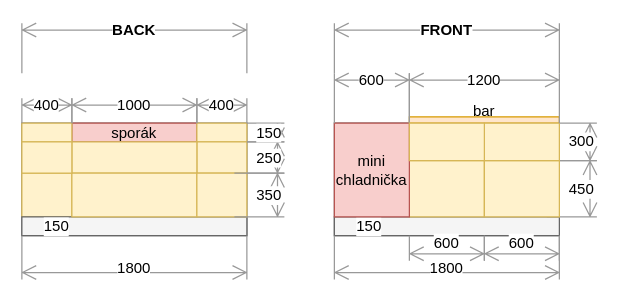
surquest/flat-renovation keeps this draw.io diagram as page "Page-1" (1 of 2) of docs/src/static/drawings/kitchen.island.drawio. Above is the earlier version. Source tidied: cells renumbered, new cells numbered last; positions are measured from the earlier drawing's top-left corner, leaving out a move shared by most shapes. Both pictures are drawn from the tidied source at 125%, with x=0, y=0 at pixel (21, 22).
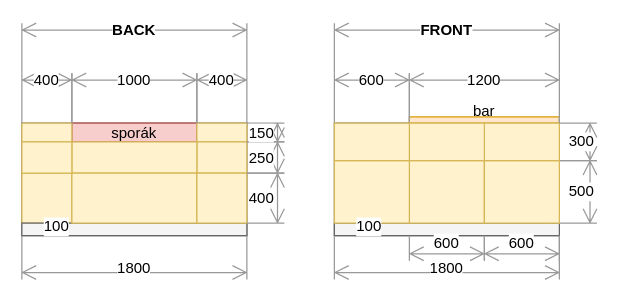
The same page after the edit.

Diff of the diagram source:
```diff
@@
     <mxCell id="6" style="rounded=0;whiteSpace=wrap;html=1;fillColor=#fff2cc;strokeColor=#d6b656;" parent="1" vertex="1">
-      <mxGeometry y="120" width="40" height="35" as="geometry" />
+      <mxGeometry y="120" width="40" height="40" as="geometry" />
     </mxCell>
     <mxCell id="7" style="rounded=0;whiteSpace=wrap;html=1;strokeColor=#666666;fillColor=#f5f5f5;fontColor=#333333;" parent="1" vertex="1">
-      <mxGeometry y="155" width="180" height="15" as="geometry" />
+      <mxGeometry y="160" width="180" height="10" as="geometry" />
     </mxCell>
@@
     <mxCell id="9" style="rounded=0;whiteSpace=wrap;html=1;fillColor=#fff2cc;strokeColor=#d6b656;" parent="1" vertex="1">
-      <mxGeometry x="40" y="120" width="100" height="35" as="geometry" />
+      <mxGeometry x="40" y="120" width="100" height="40" as="geometry" />
     </mxCell>
@@
     <mxCell id="12" style="rounded=0;whiteSpace=wrap;html=1;fillColor=#fff2cc;strokeColor=#d6b656;" parent="1" vertex="1">
-      <mxGeometry x="140" y="120" width="40" height="35" as="geometry" />
+      <mxGeometry x="140" y="120" width="40" height="40" as="geometry" />
     </mxCell>
@@
-    <mxCell id="14" value="150" style="shape=dimension;direction=south;whiteSpace=wrap;html=1;align=right;verticalAlign=middle;labelBackgroundColor=#ffffff;strokeColor=none;" parent="1" vertex="1">
+    <mxCell id="14" value="100" style="shape=dimension;direction=south;whiteSpace=wrap;html=1;align=right;verticalAlign=middle;labelBackgroundColor=#ffffff;strokeColor=none;" parent="1" vertex="1">
       <mxGeometry y="155" width="40" height="15" as="geometry" />
     </mxCell>
     <mxCell id="15" value="400" style="shape=dimension;direction=west;whiteSpace=wrap;html=1;align=center;verticalAlign=top;spacingTop=-8;labelBackgroundColor=#ffffff;strokeColor=#999999;" parent="1" vertex="1">
-      <mxGeometry x="140" y="60" width="40" height="20" as="geometry" />
+      <mxGeometry x="140" y="40" width="40" height="40" as="geometry" />
     </mxCell>
     <mxCell id="16" value="400" style="shape=dimension;direction=west;whiteSpace=wrap;html=1;align=center;verticalAlign=top;spacingTop=-8;labelBackgroundColor=#ffffff;strokeColor=#999999;" parent="1" vertex="1">
-      <mxGeometry y="60" width="40" height="20" as="geometry" />
+      <mxGeometry y="40" width="40" height="40" as="geometry" />
     </mxCell>
     <mxCell id="17" value="1000" style="shape=dimension;direction=west;whiteSpace=wrap;html=1;align=center;verticalAlign=top;spacingTop=-8;labelBackgroundColor=#ffffff;strokeColor=#999999;" parent="1" vertex="1">
-      <mxGeometry x="40" y="60" width="100" height="20" as="geometry" />
+      <mxGeometry x="40" y="40" width="100" height="40" as="geometry" />
     </mxCell>
-    <mxCell id="18" value="350" style="shape=dimension;direction=north;whiteSpace=wrap;html=1;align=right;verticalAlign=middle;labelBackgroundColor=#ffffff;strokeColor=#999999;" parent="1" vertex="1">
-      <mxGeometry x="170" y="120" width="40" height="35" as="geometry" />
+    <mxCell id="18" value="400" style="shape=dimension;direction=north;whiteSpace=wrap;html=1;align=left;verticalAlign=middle;labelBackgroundColor=#ffffff;strokeColor=#999999;" parent="1" vertex="1">
+      <mxGeometry x="180" y="120" width="30" height="40" as="geometry" />
     </mxCell>
-    <mxCell id="19" value="250" style="shape=dimension;direction=north;whiteSpace=wrap;html=1;align=right;verticalAlign=middle;labelBackgroundColor=#ffffff;strokeColor=#999999;" parent="1" vertex="1">
+    <mxCell id="19" value="250" style="shape=dimension;direction=north;whiteSpace=wrap;html=1;align=left;verticalAlign=middle;labelBackgroundColor=#ffffff;strokeColor=#999999;" parent="1" vertex="1">
       <mxGeometry x="180" y="95" width="30" height="25" as="geometry" />
     </mxCell>
-    <mxCell id="20" value="150" style="shape=dimension;direction=north;whiteSpace=wrap;html=1;align=right;verticalAlign=middle;labelBackgroundColor=#ffffff;strokeColor=#999999;" parent="1" vertex="1">
+    <mxCell id="20" value="150" style="shape=dimension;direction=north;whiteSpace=wrap;html=1;align=left;verticalAlign=middle;labelBackgroundColor=#ffffff;strokeColor=#999999;" parent="1" vertex="1">
       <mxGeometry x="180" y="80" width="30" height="15" as="geometry" />
     </mxCell>
@@
     <mxCell id="23" style="rounded=0;whiteSpace=wrap;html=1;strokeColor=#666666;fillColor=#f5f5f5;fontColor=#333333;" parent="1" vertex="1">
-      <mxGeometry x="250" y="155" width="180" height="15" as="geometry" />
+      <mxGeometry x="250" y="160" width="180" height="10" as="geometry" />
     </mxCell>
@@
-    <mxCell id="25" value="150" style="shape=dimension;direction=south;whiteSpace=wrap;html=1;align=right;verticalAlign=middle;labelBackgroundColor=#ffffff;strokeColor=none;" parent="1" vertex="1">
-      <mxGeometry x="250" y="155" width="40" height="15" as="geometry" />
-    </mxCell>
@@
-    <mxCell id="27" value="450" style="shape=dimension;direction=north;whiteSpace=wrap;html=1;align=right;verticalAlign=middle;labelBackgroundColor=#ffffff;strokeColor=#999999;" parent="1" vertex="1">
-      <mxGeometry x="420" y="110" width="40" height="45" as="geometry" />
+    <mxCell id="27" value="500" style="shape=dimension;direction=north;whiteSpace=wrap;html=1;align=right;verticalAlign=middle;labelBackgroundColor=#ffffff;strokeColor=#999999;" parent="1" vertex="1">
+      <mxGeometry x="420" y="110" width="40" height="50" as="geometry" />
     </mxCell>
@@
     <mxCell id="30" style="rounded=0;whiteSpace=wrap;html=1;fillColor=#fff2cc;strokeColor=#d6b656;" parent="1" vertex="1">
-      <mxGeometry x="310" y="110" width="60" height="45" as="geometry" />
+      <mxGeometry x="310" y="110" width="60" height="50" as="geometry" />
     </mxCell>
@@
     <mxCell id="32" style="rounded=0;whiteSpace=wrap;html=1;fillColor=#fff2cc;strokeColor=#d6b656;" parent="1" vertex="1">
-      <mxGeometry x="370" y="110" width="60" height="45" as="geometry" />
+      <mxGeometry x="370" y="110" width="60" height="50" as="geometry" />
     </mxCell>
@@
-    <mxCell id="34" value="mini&lt;br&gt;chladnička" style="rounded=0;whiteSpace=wrap;html=1;fillColor=#f8cecc;strokeColor=#b85450;" parent="1" vertex="1">
-      <mxGeometry x="250" y="80" width="60" height="75" as="geometry" />
-    </mxCell>
@@
+    <mxCell id="39" style="rounded=0;whiteSpace=wrap;html=1;fillColor=#fff2cc;strokeColor=#d6b656;" parent="1" vertex="1">
+      <mxGeometry x="250" y="110" width="60" height="50" as="geometry" />
+    </mxCell>
+    <mxCell id="40" style="rounded=0;whiteSpace=wrap;html=1;fillColor=#fff2cc;strokeColor=#d6b656;" parent="1" vertex="1">
+      <mxGeometry x="250" y="80" width="60" height="30" as="geometry" />
+    </mxCell>
+    <mxCell id="25" value="100" style="shape=dimension;direction=south;whiteSpace=wrap;html=1;align=right;verticalAlign=middle;labelBackgroundColor=#ffffff;strokeColor=none;" parent="1" vertex="1">
+      <mxGeometry x="250" y="155" width="40" height="15" as="geometry" />
+    </mxCell>
```
